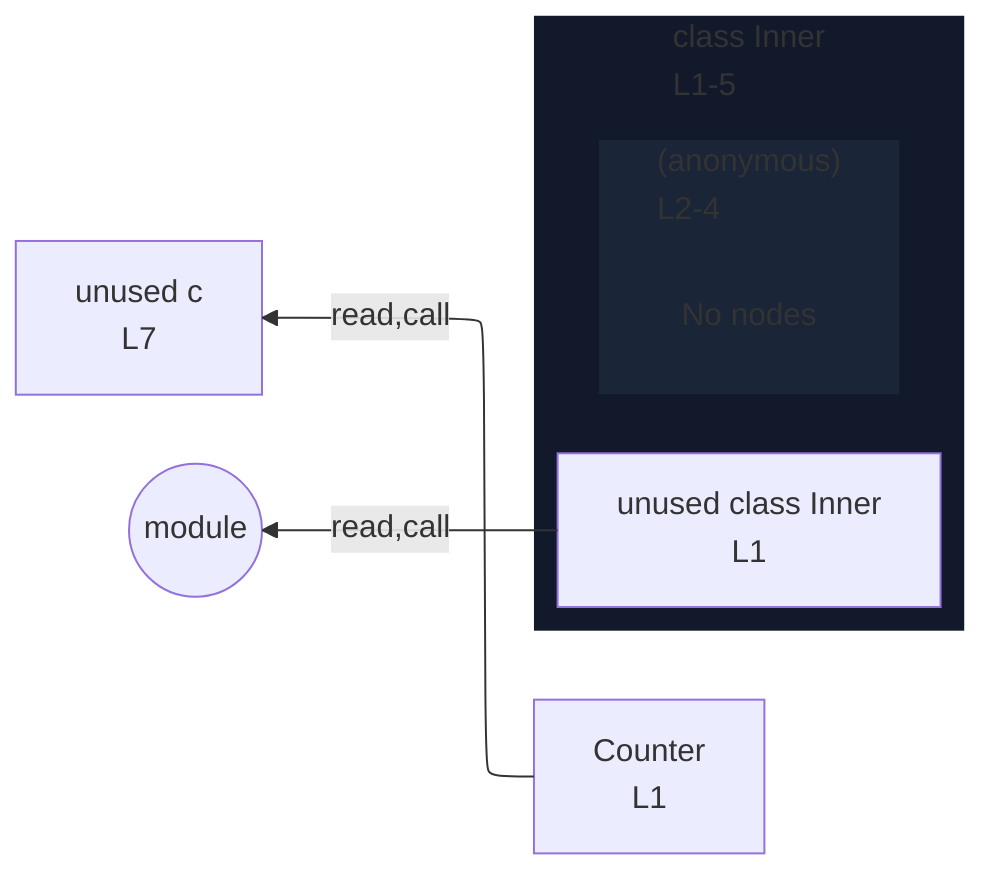
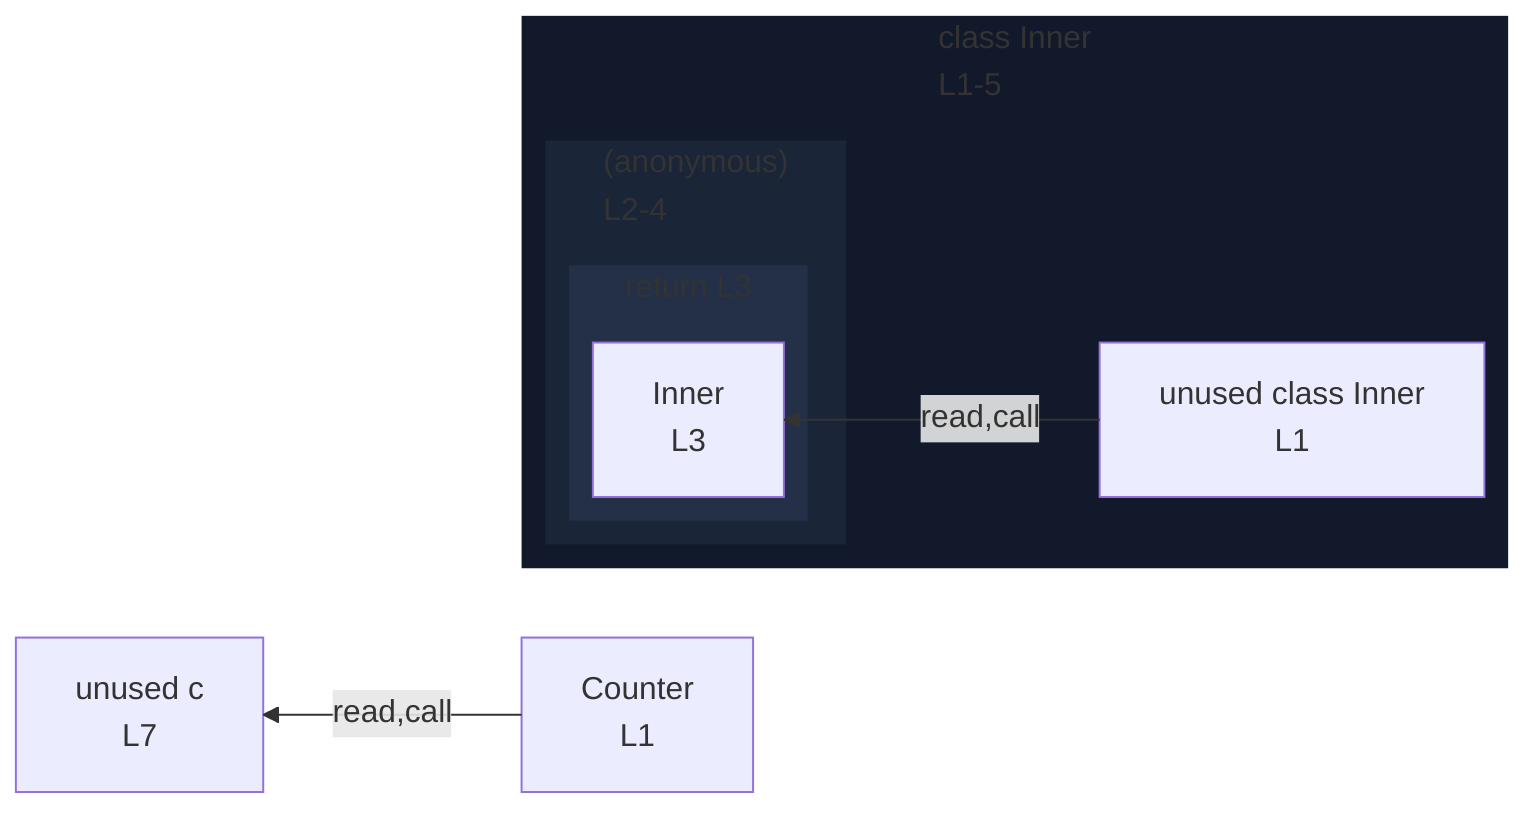
%%{init: {"flowchart": {"defaultRenderer": "elk"}}}%%
flowchart RL
  n_scope_0_Counter_6["Counter<br/>L1"]
  n_scope_0_c_79["unused c<br/>L7"]
  subgraph s_scope_1["class Inner<br/>L1-5"]
    direction RL
    n_scope_1_Inner_22["unused class Inner<br/>L1"]
    subgraph s_scope_2["(anonymous)<br/>L2-4"]
      direction RL
-       elk_empty_s_scope_2["No nodes"]
+       subgraph s_return_scope_2_45_64["return L3"]
+         direction RL
+         ret_use_ref_1["Inner<br/>L3"]
+       end
    end
  end
-   n_scope_1_Inner_22 -->|read,call| module_root
+   n_scope_1_Inner_22 -->|read,call| ret_use_ref_1
  n_scope_0_Counter_6 -->|read,call| n_scope_0_c_79
-   module_root((module))
  classDef nestL1 fill:#11192a,stroke:transparent;
  class s_scope_1 nestL1;
  classDef nestL2 fill:#1a2538,stroke:transparent;
  class s_scope_2 nestL2;
-   classDef elkEmptyPlaceholder fill:transparent,stroke:transparent;
-   class elk_empty_s_scope_2 elkEmptyPlaceholder;
+   classDef nestL3 fill:#243047,stroke:transparent;
+   class s_return_scope_2_45_64 nestL3;
